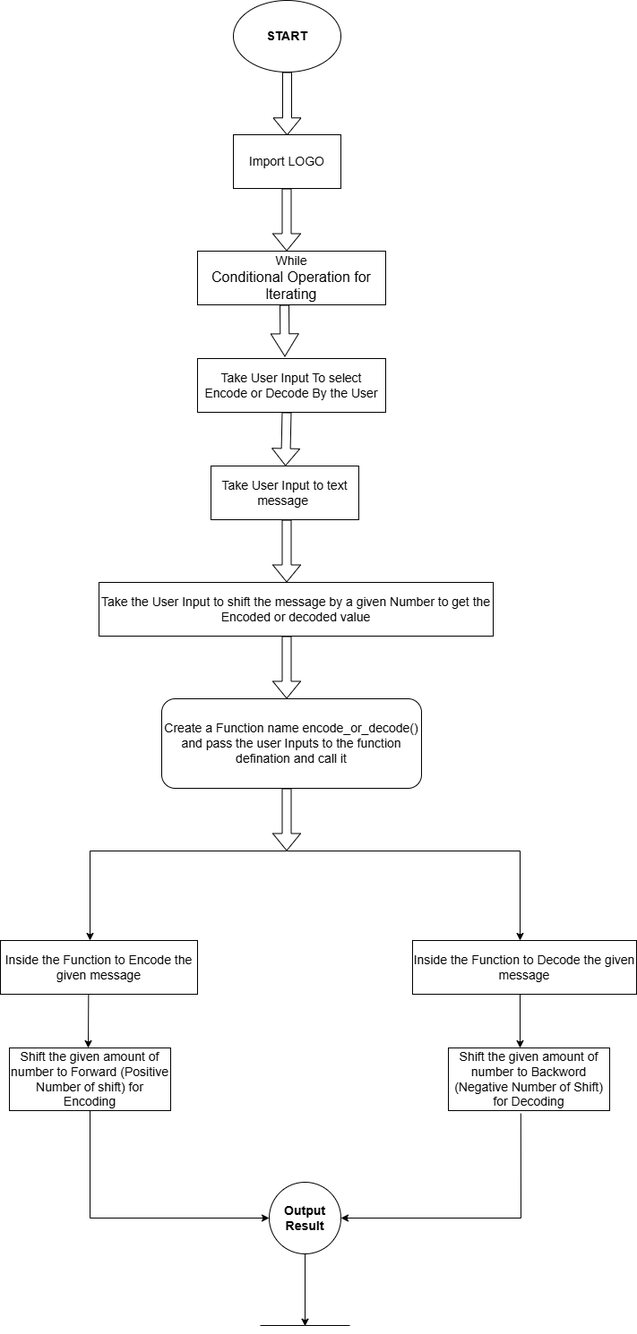
Before: Flowchart.drawio.png, a diagram exported from draw.io (Lucifer2969/Ceaser_Cipher). Source tidied: cells renumbered, new cells last; positions are measured from the earlier drawing's top-left corner, leaving out a move shared by most shapes. Its diagram source:
```xml
<mxGraphModel>
  <root>
    <mxCell id="0" />
    <mxCell id="1" parent="0" />
    <mxCell id="2" value="&lt;b&gt;&lt;font style=&quot;font-size: 14px;&quot;&gt;START&lt;/font&gt;&lt;/b&gt;" style="ellipse;whiteSpace=wrap;html=1;" parent="1" vertex="1">
      <mxGeometry x="260" width="120" height="80" as="geometry" />
    </mxCell>
    <mxCell id="3" style="shape=flexArrow;endArrow=classic;html=1;rounded=0;" parent="1" edge="1" source="2">
      <mxGeometry relative="1" as="geometry">
        <mxPoint x="320" y="150.7" as="targetPoint" />
      </mxGeometry>
    </mxCell>
    <mxCell id="4" value="&lt;font style=&quot;font-size: 14px;&quot;&gt;Import LOGO&lt;/font&gt;" style="rounded=0;whiteSpace=wrap;html=1;" parent="1" vertex="1">
      <mxGeometry x="260" y="150" width="120" height="60" as="geometry" />
    </mxCell>
    <mxCell id="5" style="shape=flexArrow;endArrow=classic;html=1;rounded=0;" parent="1" edge="1">
      <mxGeometry relative="1" as="geometry">
        <mxPoint x="319.5" y="210" as="sourcePoint" />
        <mxPoint x="319.5" y="280" as="targetPoint" />
      </mxGeometry>
    </mxCell>
    <mxCell id="6" value="&lt;font style=&quot;font-size: 14px;&quot;&gt;While&lt;/font&gt;&lt;div&gt;&lt;font size=&quot;3&quot;&gt;Conditional Operation for lterating&lt;/font&gt;&lt;/div&gt;" style="rounded=0;whiteSpace=wrap;html=1;" parent="1" vertex="1">
      <mxGeometry x="220" y="280" width="210" height="60" as="geometry" />
    </mxCell>
    <mxCell id="7" style="shape=flexArrow;endArrow=classic;html=1;rounded=0;width=10;endSize=8.05;" parent="1" edge="1">
      <mxGeometry relative="1" as="geometry">
        <mxPoint x="317" y="340" as="sourcePoint" />
        <mxPoint x="317.5" y="398" as="targetPoint" />
      </mxGeometry>
    </mxCell>
    <mxCell id="8" value="&lt;font style=&quot;font-size: 14px;&quot;&gt;Take User Input To select Encode or Decode By the User&lt;/font&gt;" style="rounded=0;whiteSpace=wrap;html=1;" parent="1" vertex="1">
      <mxGeometry x="220" y="400" width="210" height="60" as="geometry" />
    </mxCell>
    <mxCell id="9" style="shape=flexArrow;endArrow=classic;html=1;rounded=0;" parent="1" edge="1" target="10">
      <mxGeometry relative="1" as="geometry">
        <mxPoint x="319.5" y="460" as="sourcePoint" />
      </mxGeometry>
    </mxCell>
    <mxCell id="10" value="&lt;font style=&quot;font-size: 14px;&quot;&gt;Take User Input to text message&amp;nbsp;&lt;/font&gt;" style="rounded=0;whiteSpace=wrap;html=1;" parent="1" vertex="1">
      <mxGeometry x="235" y="520" width="165" height="60" as="geometry" />
    </mxCell>
    <mxCell id="11" style="shape=flexArrow;endArrow=classic;html=1;rounded=0;" parent="1" edge="1">
      <mxGeometry relative="1" as="geometry">
        <mxPoint x="319.5" y="580" as="sourcePoint" />
        <mxPoint x="319.5" y="650" as="targetPoint" />
      </mxGeometry>
    </mxCell>
    <mxCell id="12" value="&lt;span style=&quot;font-size: 14px;&quot;&gt;Take the User Input to shift the message by a given Number to get the Encoded or decoded value&lt;/span&gt;" style="rounded=0;whiteSpace=wrap;html=1;" parent="1" vertex="1">
      <mxGeometry x="110" y="650" width="440" height="60" as="geometry" />
    </mxCell>
    <mxCell id="13" style="shape=flexArrow;endArrow=classic;html=1;rounded=0;" parent="1" edge="1">
      <mxGeometry relative="1" as="geometry">
        <mxPoint x="319.5" y="710" as="sourcePoint" />
        <mxPoint x="319.5" y="780" as="targetPoint" />
      </mxGeometry>
    </mxCell>
    <mxCell id="14" value="&lt;font style=&quot;font-size: 14px;&quot;&gt;Create a Function name encode_or_decode() and pass the user Inputs to the function defination and call it&lt;/font&gt;" style="rounded=1;whiteSpace=wrap;html=1;" parent="1" vertex="1">
      <mxGeometry x="180" y="780" width="290" height="100" as="geometry" />
    </mxCell>
    <mxCell id="15" style="shape=flexArrow;endArrow=classic;html=1;rounded=0;" parent="1" edge="1">
      <mxGeometry relative="1" as="geometry">
        <mxPoint x="319.5" y="880" as="sourcePoint" />
        <mxPoint x="319.5" y="950" as="targetPoint" />
      </mxGeometry>
    </mxCell>
    <mxCell id="16" style="endArrow=none;html=1;rounded=0;" parent="1" edge="1">
      <mxGeometry relative="1" as="geometry">
        <mxPoint x="100" y="950" as="sourcePoint" />
        <mxPoint x="580" y="950" as="targetPoint" />
        <Array as="points">
          <mxPoint x="320" y="950" />
        </Array>
      </mxGeometry>
    </mxCell>
    <mxCell id="17" style="endArrow=classic;html=1;rounded=0;" parent="1" edge="1">
      <mxGeometry relative="1" as="geometry">
        <mxPoint x="100" y="950" as="sourcePoint" />
        <mxPoint x="100" y="1050" as="targetPoint" />
      </mxGeometry>
    </mxCell>
    <mxCell id="18" style="endArrow=classic;html=1;rounded=0;" parent="1" edge="1">
      <mxGeometry relative="1" as="geometry">
        <mxPoint x="580" y="950" as="sourcePoint" />
        <mxPoint x="580" y="1050" as="targetPoint" />
      </mxGeometry>
    </mxCell>
    <mxCell id="19" value="&lt;font style=&quot;font-size: 14px;&quot;&gt;Inside the Function to Encode the given message&lt;/font&gt;" style="rounded=0;whiteSpace=wrap;html=1;" parent="1" vertex="1">
      <mxGeometry y="1050" width="220" height="60" as="geometry" />
    </mxCell>
    <mxCell id="20" value="&lt;font style=&quot;font-size: 14px;&quot;&gt;Inside the Function to Decode the given message&lt;/font&gt;" style="rounded=0;whiteSpace=wrap;html=1;" parent="1" vertex="1">
      <mxGeometry x="460" y="1050" width="250" height="60" as="geometry" />
    </mxCell>
    <mxCell id="21" style="endArrow=classic;html=1;rounded=0;exitX=0.447;exitY=1.007;exitDx=0;exitDy=0;exitPerimeter=0;" parent="1" edge="1" source="19">
      <mxGeometry relative="1" as="geometry">
        <mxPoint x="98" y="1170" as="targetPoint" />
      </mxGeometry>
    </mxCell>
    <mxCell id="22" style="endArrow=classic;html=1;rounded=0;exitX=0.447;exitY=1.007;exitDx=0;exitDy=0;exitPerimeter=0;" parent="1" edge="1">
      <mxGeometry relative="1" as="geometry">
        <mxPoint x="580" y="1110" as="sourcePoint" />
        <mxPoint x="580" y="1170" as="targetPoint" />
      </mxGeometry>
    </mxCell>
    <mxCell id="23" value="&lt;font style=&quot;font-size: 14px;&quot;&gt;Shift the given amount of number to Forward (Positive Number of shift) for Encoding&lt;/font&gt;" style="rounded=0;whiteSpace=wrap;html=1;" parent="1" vertex="1">
      <mxGeometry x="10" y="1170" width="180" height="70" as="geometry" />
    </mxCell>
    <mxCell id="24" value="&lt;font style=&quot;font-size: 14px;&quot;&gt;Shift the given amount of number to Backword (Negative Number of Shift) for Decoding&lt;/font&gt;" style="rounded=0;whiteSpace=wrap;html=1;" parent="1" vertex="1">
      <mxGeometry x="500" y="1170" width="180" height="70" as="geometry" />
    </mxCell>
    <mxCell id="25" value="&lt;font style=&quot;font-size: 14px;&quot;&gt;&lt;b&gt;Output Result&lt;/b&gt;&lt;/font&gt;" style="ellipse;whiteSpace=wrap;html=1;" parent="1" vertex="1">
      <mxGeometry x="300" y="1320" width="80" height="80" as="geometry" />
    </mxCell>
    <mxCell id="26" style="endArrow=classic;html=1;rounded=0;exitX=0.5;exitY=1;exitDx=0;exitDy=0;" parent="1" edge="1" source="23" target="25">
      <mxGeometry relative="1" as="geometry">
        <Array as="points">
          <mxPoint x="100" y="1360" />
        </Array>
      </mxGeometry>
    </mxCell>
    <mxCell id="27" style="endArrow=classic;html=1;rounded=0;exitX=0.449;exitY=1.046;exitDx=0;exitDy=0;exitPerimeter=0;entryX=1;entryY=0.5;entryDx=0;entryDy=0;entryPerimeter=0;" parent="1" edge="1" source="24" target="25">
      <mxGeometry relative="1" as="geometry">
        <Array as="points">
          <mxPoint x="581" y="1360" />
        </Array>
      </mxGeometry>
    </mxCell>
    <mxCell id="28" style="endArrow=classic;html=1;rounded=0;exitX=0.5;exitY=1;exitDx=0;exitDy=0;" parent="1" edge="1" source="25">
      <mxGeometry relative="1" as="geometry">
        <mxPoint x="340" y="1480.8" as="targetPoint" />
      </mxGeometry>
    </mxCell>
    <mxCell id="29" style="endArrow=none;html=1;rounded=0;" parent="1" edge="1">
      <mxGeometry relative="1" as="geometry">
        <mxPoint x="290" y="1480" as="sourcePoint" />
        <mxPoint x="390" y="1480" as="targetPoint" />
        <Array as="points">
          <mxPoint x="340" y="1480" />
        </Array>
      </mxGeometry>
    </mxCell>
  </root>
</mxGraphModel>
```
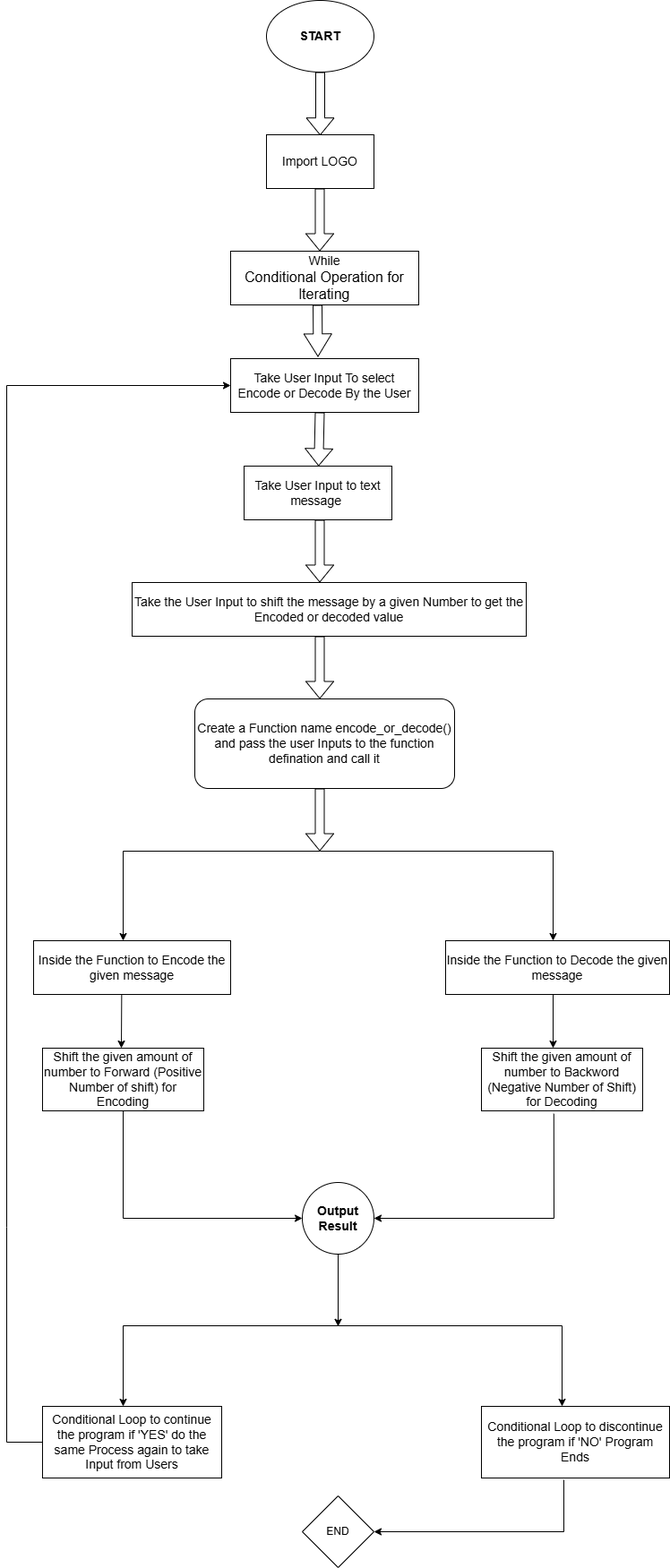
After the change.

Diff of the diagram source:
```diff
@@ -131,12 +131,49 @@
     </mxCell>
     <mxCell id="29" style="endArrow=none;html=1;rounded=0;" parent="1" edge="1">
       <mxGeometry relative="1" as="geometry">
-        <mxPoint x="290" y="1480" as="sourcePoint" />
-        <mxPoint x="390" y="1480" as="targetPoint" />
+        <mxPoint x="100" y="1480" as="sourcePoint" />
+        <mxPoint x="590" y="1480" as="targetPoint" />
         <Array as="points">
           <mxPoint x="340" y="1480" />
         </Array>
       </mxGeometry>
     </mxCell>
+    <mxCell id="30" style="endArrow=classic;html=1;rounded=0;" parent="1" edge="1">
+      <mxGeometry relative="1" as="geometry">
+        <mxPoint x="100" y="1480" as="sourcePoint" />
+        <mxPoint x="100" y="1570" as="targetPoint" />
+      </mxGeometry>
+    </mxCell>
+    <mxCell id="31" style="endArrow=classic;html=1;rounded=0;" parent="1" edge="1">
+      <mxGeometry relative="1" as="geometry">
+        <mxPoint x="590" y="1480" as="sourcePoint" />
+        <mxPoint x="590" y="1570" as="targetPoint" />
+      </mxGeometry>
+    </mxCell>
+    <mxCell id="32" value="&lt;font style=&quot;font-size: 14px;&quot;&gt;Conditional Loop to continue the program if 'YES' do the same Process again to take Input from Users&lt;/font&gt;" style="rounded=0;whiteSpace=wrap;html=1;" parent="1" vertex="1">
+      <mxGeometry x="10" y="1570" width="200" height="80" as="geometry" />
+    </mxCell>
+    <mxCell id="33" value="&lt;span style=&quot;font-size: 14px;&quot;&gt;Conditional Loop to discontinue the program if 'NO' Program Ends&lt;/span&gt;" style="rounded=0;whiteSpace=wrap;html=1;" parent="1" vertex="1">
+      <mxGeometry x="500" y="1570" width="210" height="80" as="geometry" />
+    </mxCell>
+    <mxCell id="34" style="endArrow=classic;html=1;rounded=0;exitX=0.438;exitY=1.025;exitDx=0;exitDy=0;exitPerimeter=0;entryX=1;entryY=0.5;entryDx=0;entryDy=0;" parent="1" edge="1" source="33" target="36">
+      <mxGeometry relative="1" as="geometry">
+        <Array as="points">
+          <mxPoint x="592" y="1710" />
+        </Array>
+      </mxGeometry>
+    </mxCell>
+    <mxCell id="35" style="endArrow=classic;html=1;rounded=0;exitX=0;exitY=0.5;exitDx=0;exitDy=0;entryX=0;entryY=0.5;entryDx=0;entryDy=0;" parent="1" edge="1" source="32" target="8">
+      <mxGeometry relative="1" as="geometry">
+        <Array as="points">
+          <mxPoint x="-30" y="1610" />
+          <mxPoint x="-30" y="1370" />
+          <mxPoint x="-30" y="430" />
+        </Array>
+      </mxGeometry>
+    </mxCell>
+    <mxCell id="36" value="END" style="rhombus;whiteSpace=wrap;html=1;" parent="1" vertex="1">
+      <mxGeometry x="300" y="1670" width="80" height="80" as="geometry" />
+    </mxCell>
   </root>
 </mxGraphModel>
```
